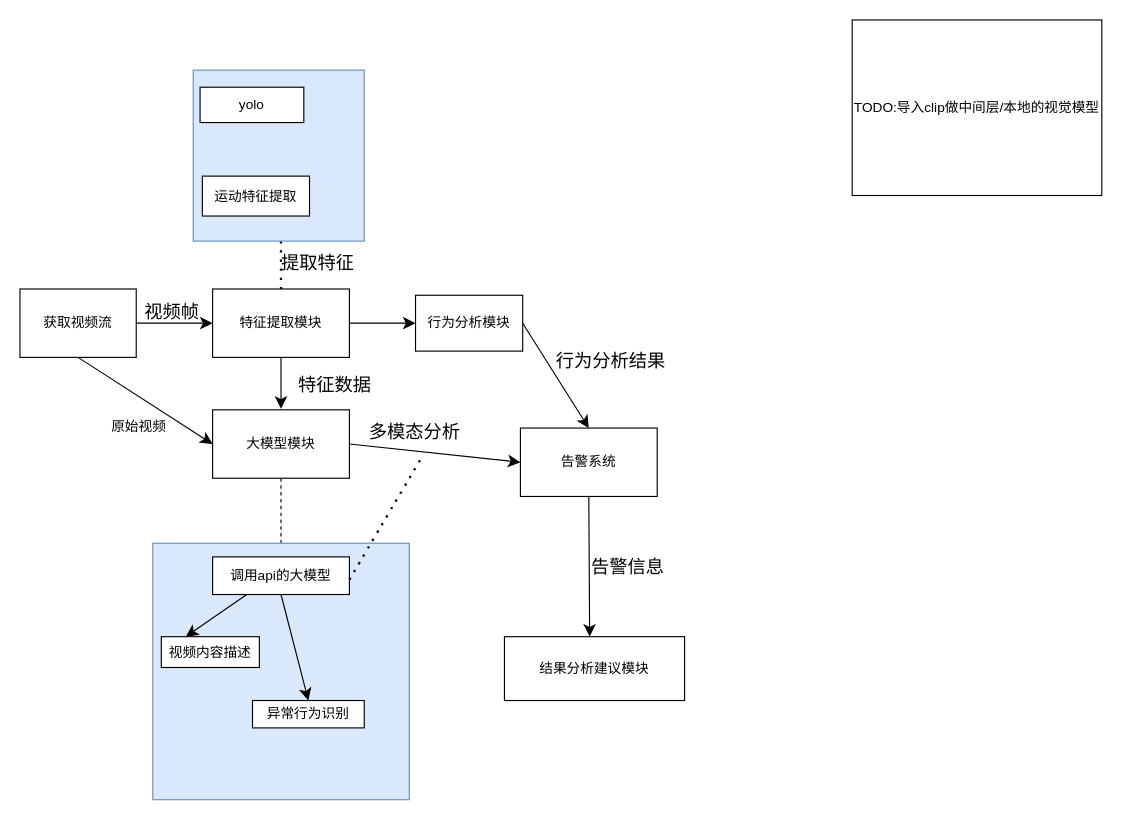
Above: 监控系统.drawio in eriribot/myrepository (draw.io), before the change. Source tidied: cells renumbered, new cells numbered last; positions are measured from the earlier drawing's top-left corner, leaving out a move shared by most shapes. Both pictures are drawn from the tidied source at 114%, with x=0, y=0 at pixel (19, 19).
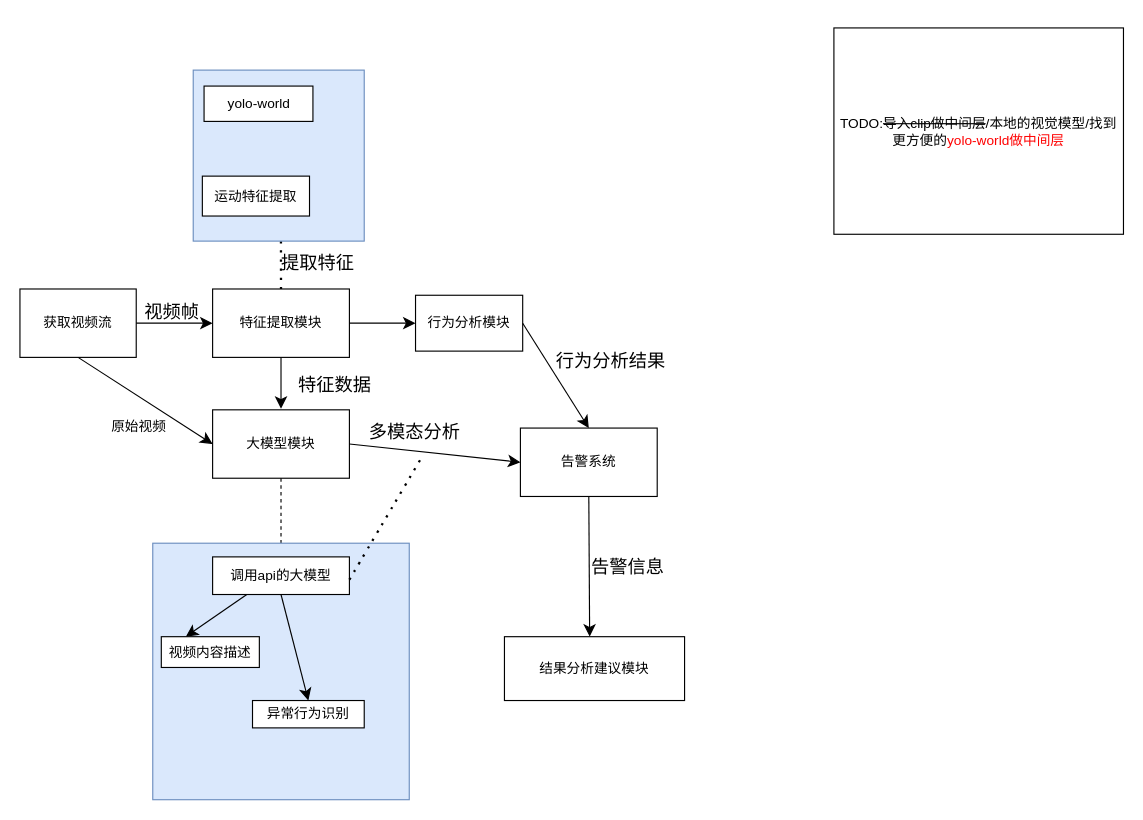
The same page after the edit.

Commit message:
更新监控系统.drawio

Change to the diagram source:
```diff
@@
-    <mxCell id="20" value="yolo" style="rounded=0;whiteSpace=wrap;html=1;" parent="1" vertex="1">
-      <mxGeometry x="158" y="59" width="91" height="31" as="geometry" />
+    <mxCell id="20" value="yolo-world" style="rounded=0;whiteSpace=wrap;html=1;" parent="1" vertex="1">
+      <mxGeometry x="161.5" y="58" width="95.5" height="31" as="geometry" />
     </mxCell>
@@
-    <mxCell id="34" value="TODO:导入clip做中间层/本地的视觉模型" style="rounded=0;whiteSpace=wrap;html=1;" parent="1" vertex="1">
-      <mxGeometry x="730" width="219" height="154" as="geometry" />
+    <mxCell id="34" value="TODO:&lt;strike&gt;导入clip做中间层&lt;/strike&gt;/本地的视觉模型/找到更方便的&lt;font style=&quot;color: rgb(255, 0, 0);&quot;&gt;yolo-world做中间层&lt;/font&gt;" style="rounded=0;whiteSpace=wrap;html=1;" parent="1" vertex="1">
+      <mxGeometry x="714" y="7" width="254" height="181" as="geometry" />
     </mxCell>
```
